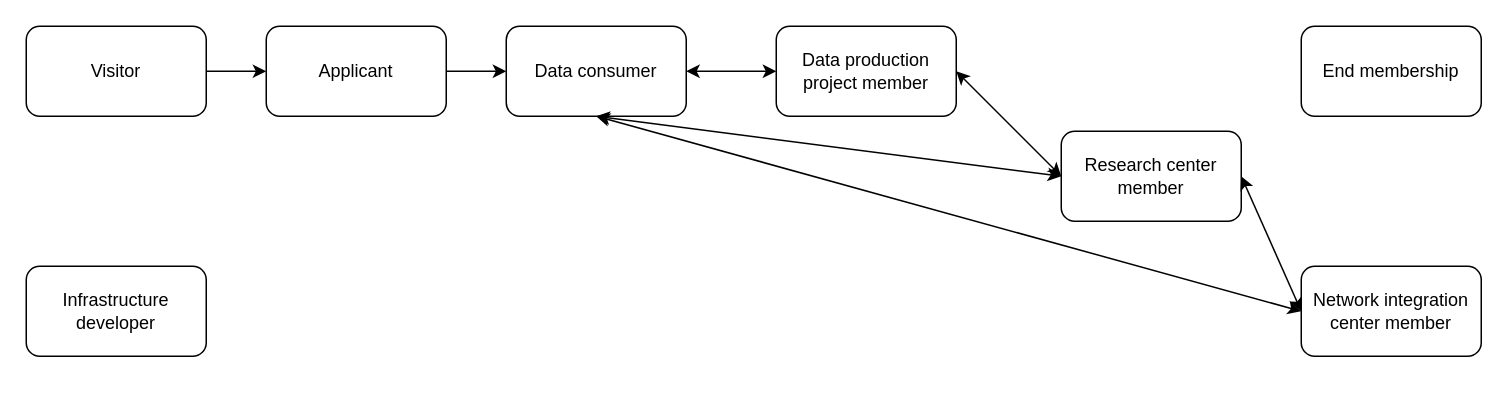
The draw.io diagram user lifecycle.drawio in eurhisfirm/process-models, before the edit. Source tidied: cells renumbered, new cells numbered last; positions are measured from the earlier drawing's top-left corner, leaving out a move shared by most shapes. Both pictures are drawn from the tidied source at 150%, with x=0, y=0 at pixel (26, 26).
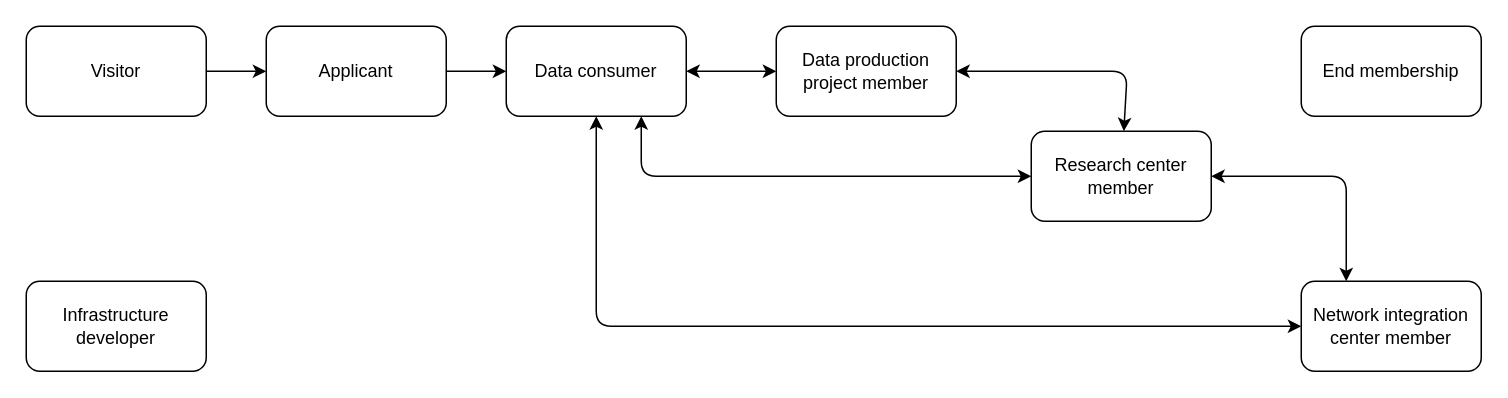
After the change.

Commit message:
Update lifecycle diagram

Unchanged cells that the change refers to:
```xml
<mxCell id="4" value="Data consumer" style="rounded=1;whiteSpace=wrap;html=1;" parent="1" vertex="1">
  <mxGeometry x="320" width="120" height="60" as="geometry" />
</mxCell>
<mxCell id="5" value="Data production project member" style="rounded=1;whiteSpace=wrap;html=1;" parent="1" vertex="1">
  <mxGeometry x="500" width="120" height="60" as="geometry" />
</mxCell>
```

Diff of the diagram source:
```diff
@@
     <mxCell id="6" value="Research center member" style="rounded=1;whiteSpace=wrap;html=1;" parent="1" vertex="1">
-      <mxGeometry x="690" y="70" width="120" height="60" as="geometry" />
+      <mxGeometry x="670" y="70" width="120" height="60" as="geometry" />
     </mxCell>
     <mxCell id="7" value="Network integration center member" style="rounded=1;whiteSpace=wrap;html=1;" parent="1" vertex="1">
-      <mxGeometry x="850" y="160" width="120" height="60" as="geometry" />
+      <mxGeometry x="850" y="170" width="120" height="60" as="geometry" />
     </mxCell>
     <mxCell id="8" value="Infrastructure developer" style="rounded=1;whiteSpace=wrap;html=1;" parent="1" vertex="1">
-      <mxGeometry y="160" width="120" height="60" as="geometry" />
+      <mxGeometry y="170" width="120" height="60" as="geometry" />
     </mxCell>
@@
-    <mxCell id="12" style="endArrow=classic;startArrow=classic;html=1;entryX=0;entryY=0.5;entryDx=0;entryDy=0;exitX=1;exitY=0.5;exitDx=0;exitDy=0;" parent="1" edge="1" source="5" target="6">
-      <mxGeometry relative="1" as="geometry" />
+    <mxCell id="12" style="endArrow=classic;startArrow=classic;html=1;exitX=1;exitY=0.5;exitDx=0;exitDy=0;" parent="1" edge="1" source="5" target="6">
+      <mxGeometry relative="1" as="geometry">
+        <Array as="points">
+          <mxPoint x="734" y="30" />
+        </Array>
+      </mxGeometry>
     </mxCell>
-    <mxCell id="13" style="endArrow=classic;startArrow=classic;html=1;entryX=0;entryY=0.5;entryDx=0;entryDy=0;exitX=1;exitY=0.5;exitDx=0;exitDy=0;" parent="1" edge="1" source="6" target="7">
-      <mxGeometry relative="1" as="geometry" />
+    <mxCell id="13" style="endArrow=classic;startArrow=classic;html=1;entryX=0.25;entryY=0;entryDx=0;entryDy=0;exitX=1;exitY=0.5;exitDx=0;exitDy=0;" parent="1" edge="1" source="6" target="7">
+      <mxGeometry relative="1" as="geometry">
+        <Array as="points">
+          <mxPoint x="880" y="100" />
+        </Array>
+      </mxGeometry>
     </mxCell>
     <mxCell id="14" style="endArrow=classic;startArrow=classic;html=1;exitX=0.5;exitY=1;exitDx=0;exitDy=0;entryX=0;entryY=0.5;entryDx=0;entryDy=0;" parent="1" edge="1" source="4" target="7">
-      <mxGeometry relative="1" as="geometry" />
+      <mxGeometry relative="1" as="geometry">
+        <Array as="points">
+          <mxPoint x="380" y="200" />
+        </Array>
+      </mxGeometry>
     </mxCell>
-    <mxCell id="15" style="endArrow=classic;startArrow=classic;html=1;entryX=0;entryY=0.5;entryDx=0;entryDy=0;exitX=0.5;exitY=1;exitDx=0;exitDy=0;" parent="1" edge="1" source="4" target="6">
-      <mxGeometry relative="1" as="geometry" />
+    <mxCell id="15" style="endArrow=classic;startArrow=classic;html=1;entryX=0;entryY=0.5;entryDx=0;entryDy=0;exitX=0.75;exitY=1;exitDx=0;exitDy=0;" parent="1" edge="1" source="4" target="6">
+      <mxGeometry relative="1" as="geometry">
+        <Array as="points">
+          <mxPoint x="410" y="100" />
+        </Array>
+      </mxGeometry>
     </mxCell>
```
